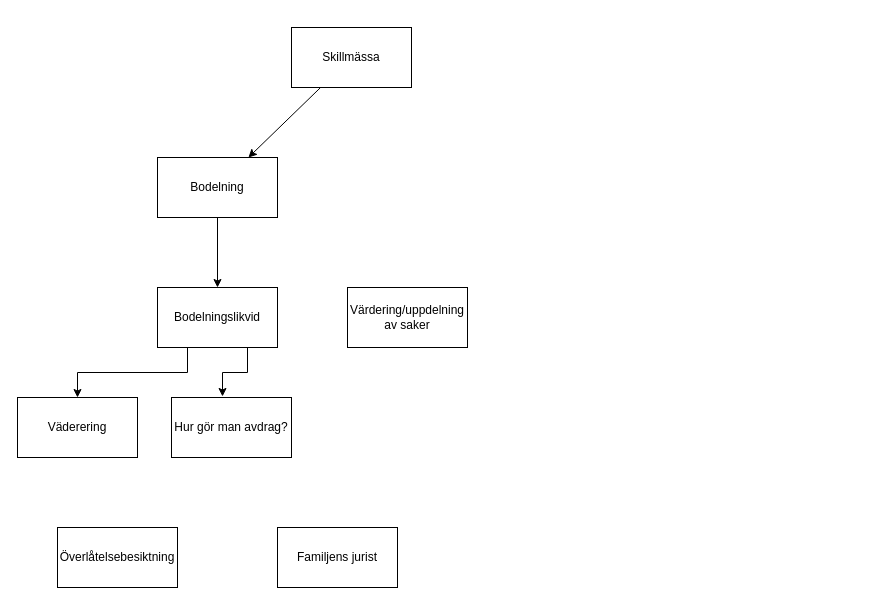
Earlier version of the draw.io diagram Untitled Diagram.drawio (KristianEkman/angularx-social-login). Source tidied: cells renumbered, new cells numbered last; positions are measured from the earlier drawing's top-left corner, leaving out a move shared by most shapes. Both pictures are drawn from the tidied source at 100%, with x=0, y=0 at pixel (17, 27).
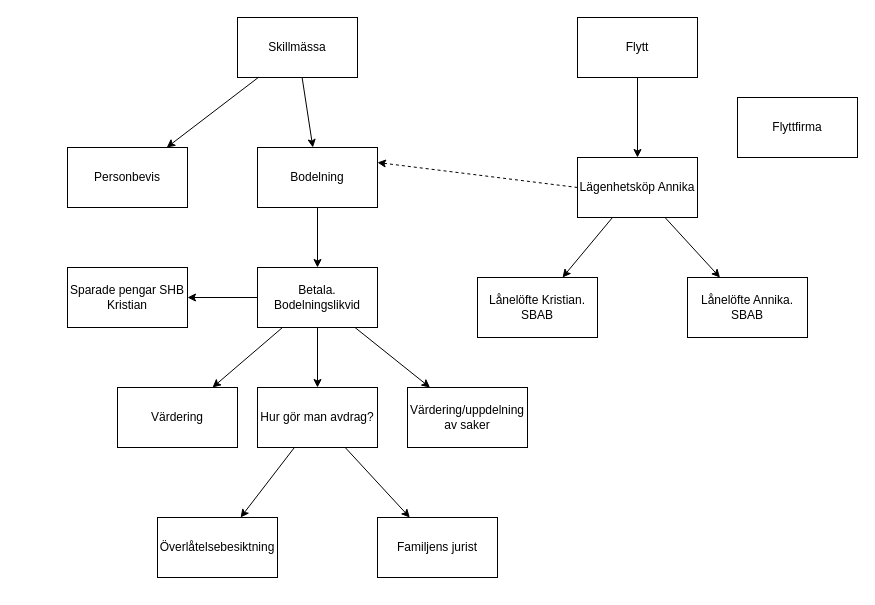
Above is the later version.

The edit, as a diff of the source:
```diff
@@
     <mxCell id="2" value="Skillmässa" style="rounded=0;whiteSpace=wrap;html=1;" parent="1" vertex="1">
-      <mxGeometry x="274" width="120" height="60" as="geometry" />
+      <mxGeometry x="220" y="-10" width="120" height="60" as="geometry" />
     </mxCell>
     <mxCell id="3" value="Bodelning" style="rounded=0;whiteSpace=wrap;html=1;" parent="1" vertex="1">
-      <mxGeometry x="140" y="130" width="120" height="60" as="geometry" />
+      <mxGeometry x="240" y="120" width="120" height="60" as="geometry" />
     </mxCell>
@@
-    <mxCell id="5" style="edgeStyle=orthogonalEdgeStyle;rounded=0;jettySize=auto;html=1;exitX=0.25;exitY=1;exitDx=0;exitDy=0;" parent="1" edge="1" source="7" target="8">
-      <mxGeometry relative="1" as="geometry" />
-    </mxCell>
-    <mxCell id="6" style="edgeStyle=orthogonalEdgeStyle;rounded=0;jettySize=auto;html=1;exitX=0.75;exitY=1;exitDx=0;exitDy=0;entryX=0.425;entryY=-0.017;entryDx=0;entryDy=0;entryPerimeter=0;" parent="1" edge="1" source="7" target="9">
-      <mxGeometry relative="1" as="geometry" />
-    </mxCell>
-    <mxCell id="7" value="Bodelningslikvid" style="rounded=0;whiteSpace=wrap;html=1;" parent="1" vertex="1">
-      <mxGeometry x="140" y="260" width="120" height="60" as="geometry" />
+    <mxCell id="7" value="Betala. Bodelningslikvid" style="rounded=0;whiteSpace=wrap;html=1;" parent="1" vertex="1">
+      <mxGeometry x="240" y="240" width="120" height="60" as="geometry" />
     </mxCell>
-    <mxCell id="8" value="Väderering" style="rounded=0;whiteSpace=wrap;html=1;" parent="1" vertex="1">
-      <mxGeometry y="370" width="120" height="60" as="geometry" />
+    <mxCell id="8" value="Värdering" style="rounded=0;whiteSpace=wrap;html=1;" parent="1" vertex="1">
+      <mxGeometry x="100" y="360" width="120" height="60" as="geometry" />
     </mxCell>
     <mxCell id="9" value="Hur gör man avdrag?" style="rounded=0;whiteSpace=wrap;html=1;" parent="1" vertex="1">
-      <mxGeometry x="154" y="370" width="120" height="60" as="geometry" />
+      <mxGeometry x="240" y="360" width="120" height="60" as="geometry" />
     </mxCell>
@@
     <mxCell id="11" value="Familjens jurist" style="rounded=0;whiteSpace=wrap;html=1;" parent="1" vertex="1">
-      <mxGeometry x="260" y="500" width="120" height="60" as="geometry" />
+      <mxGeometry x="360" y="490" width="120" height="60" as="geometry" />
     </mxCell>
     <mxCell id="12" value="Överlåtelsebesiktning" style="rounded=0;whiteSpace=wrap;html=1;" parent="1" vertex="1">
-      <mxGeometry x="40" y="500" width="120" height="60" as="geometry" />
+      <mxGeometry x="140" y="490" width="120" height="60" as="geometry" />
     </mxCell>
     <mxCell id="13" value="Värdering/uppdelning av saker" style="rounded=0;whiteSpace=wrap;html=1;" parent="1" vertex="1">
-      <mxGeometry x="330" y="260" width="120" height="60" as="geometry" />
+      <mxGeometry x="390" y="360" width="120" height="60" as="geometry" />
     </mxCell>
+    <mxCell id="14" value="Personbevis" style="rounded=0;whiteSpace=wrap;html=1;" parent="1" vertex="1">
+      <mxGeometry x="50" y="120" width="120" height="60" as="geometry" />
+    </mxCell>
+    <mxCell id="15" style="endArrow=classic;html=1;rounded=0;" parent="1" edge="1" source="9" target="11">
+      <mxGeometry relative="1" as="geometry" />
+    </mxCell>
+    <mxCell id="16" style="endArrow=classic;html=1;rounded=0;" parent="1" edge="1" source="9" target="12">
+      <mxGeometry relative="1" as="geometry" />
+    </mxCell>
+    <mxCell id="17" value="Lånelöfte Kristian.&lt;br&gt;SBAB" style="rounded=0;whiteSpace=wrap;html=1;" parent="1" vertex="1">
+      <mxGeometry x="460" y="250" width="120" height="60" as="geometry" />
+    </mxCell>
+    <mxCell id="18" value="Lånelöfte Annika. SBAB" style="rounded=0;whiteSpace=wrap;html=1;" parent="1" vertex="1">
+      <mxGeometry x="670" y="250" width="120" height="60" as="geometry" />
+    </mxCell>
+    <mxCell id="19" value="Lägenhetsköp Annika" style="rounded=0;whiteSpace=wrap;html=1;" parent="1" vertex="1">
+      <mxGeometry x="560" y="130" width="120" height="60" as="geometry" />
+    </mxCell>
+    <mxCell id="20" style="endArrow=classic;html=1;rounded=0;" parent="1" edge="1" source="2" target="14">
+      <mxGeometry relative="1" as="geometry" />
+    </mxCell>
+    <mxCell id="21" style="endArrow=classic;html=1;rounded=0;" parent="1" edge="1" source="7" target="13">
+      <mxGeometry relative="1" as="geometry" />
+    </mxCell>
+    <mxCell id="6" style="endArrow=classic;html=1;rounded=0;" parent="1" edge="1" source="7" target="9">
+      <mxGeometry relative="1" as="geometry" />
+    </mxCell>
+    <mxCell id="5" style="endArrow=classic;html=1;rounded=0;" parent="1" edge="1" source="7" target="8">
+      <mxGeometry relative="1" as="geometry" />
+    </mxCell>
+    <mxCell id="22" value="Flytt" style="rounded=0;whiteSpace=wrap;html=1;" parent="1" vertex="1">
+      <mxGeometry x="560" y="-10" width="120" height="60" as="geometry" />
+    </mxCell>
+    <mxCell id="23" style="endArrow=classic;html=1;rounded=0;" parent="1" edge="1" source="22" target="19">
+      <mxGeometry relative="1" as="geometry" />
+    </mxCell>
+    <mxCell id="24" style="endArrow=classic;html=1;rounded=0;" parent="1" edge="1" source="19" target="18">
+      <mxGeometry relative="1" as="geometry" />
+    </mxCell>
+    <mxCell id="25" style="endArrow=classic;html=1;rounded=0;" parent="1" edge="1" source="19" target="17">
+      <mxGeometry relative="1" as="geometry" />
+    </mxCell>
+    <mxCell id="26" value="Sparade pengar SHB&lt;br&gt;Kristian" style="rounded=0;whiteSpace=wrap;html=1;" parent="1" vertex="1">
+      <mxGeometry x="50" y="240" width="120" height="60" as="geometry" />
+    </mxCell>
+    <mxCell id="27" style="endArrow=classic;html=1;rounded=0;" parent="1" edge="1" source="7" target="26">
+      <mxGeometry relative="1" as="geometry" />
+    </mxCell>
+    <mxCell id="28" style="endArrow=classic;html=1;rounded=0;exitX=0;exitY=0.5;exitDx=0;exitDy=0;dashed=1;entryX=1;entryY=0.25;entryDx=0;entryDy=0;" parent="1" edge="1" source="19" target="3">
+      <mxGeometry relative="1" as="geometry" />
+    </mxCell>
+    <mxCell id="29" value="Flyttfirma" style="rounded=0;whiteSpace=wrap;html=1;" parent="1" vertex="1">
+      <mxGeometry x="720" y="70" width="120" height="60" as="geometry" />
+    </mxCell>
```
